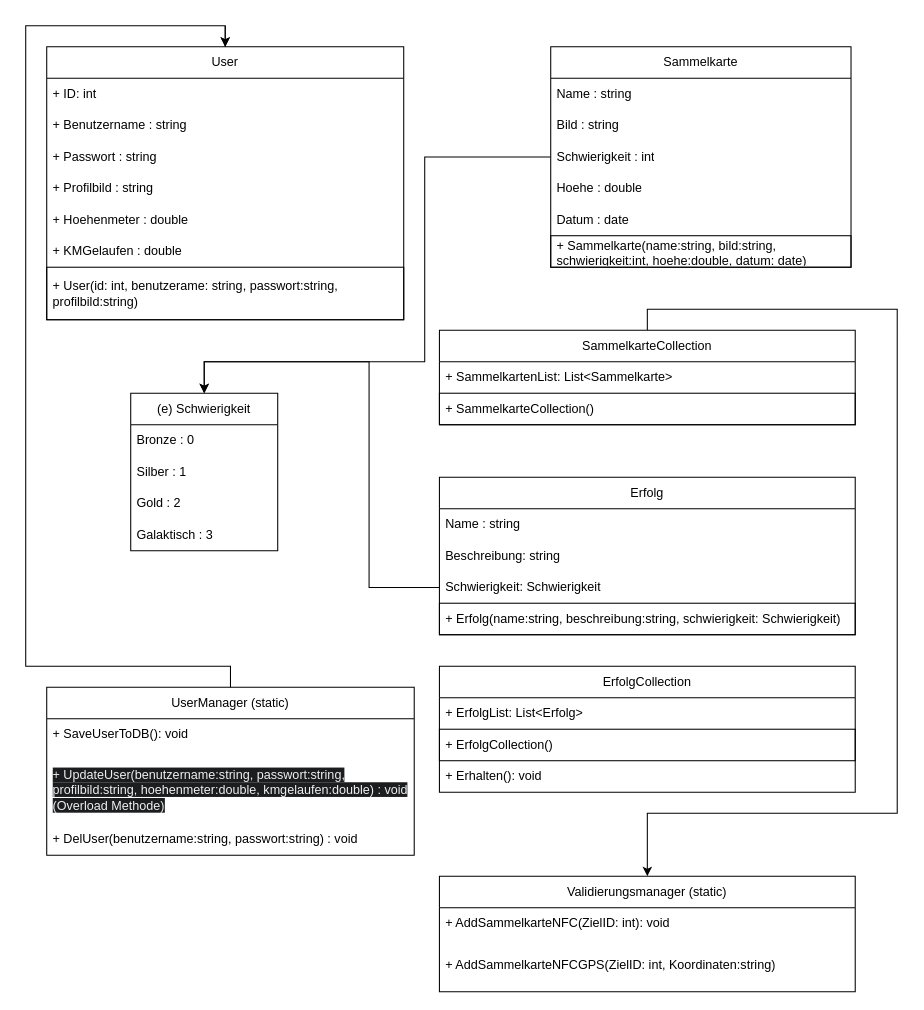
Before: doc/Klassendiagramm.drawio in BlJanosch/Hermes, a draw.io diagram. Source tidied: cells renumbered, new cells numbered last; positions are measured from the earlier drawing's top-left corner, leaving out a move shared by most shapes. Both pictures are drawn from the tidied source at 105%, with x=0, y=0 at pixel (25, 25).
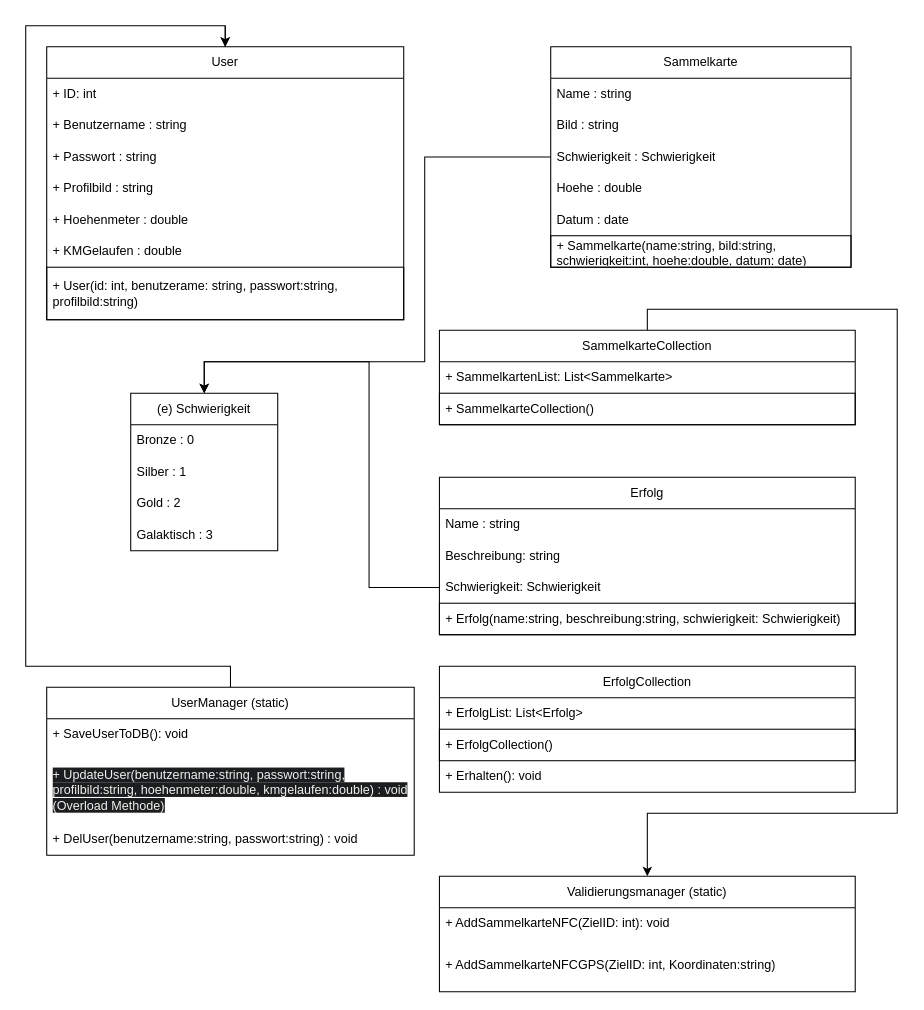
The same page after the edit.

The change refers to these unchanged cells:
```xml
<mxCell id="11" value="Sammelkarte" style="swimlane;fontStyle=0;horizontal=1;startSize=30;whiteSpace=wrap;html=1;" parent="1" vertex="1">
  <mxGeometry x="500" y="20" width="286" height="210" as="geometry" />
</mxCell>
```

The edit, as a diff of the source:
```diff
@@
-    <mxCell id="14" value="Schwierigkeit : int" style="text;strokeColor=none;fillColor=none;align=left;verticalAlign=middle;spacingLeft=4;spacingRight=4;overflow=hidden;points=[[0,0.5],[1,0.5]];portConstraint=eastwest;whiteSpace=wrap;html=1;" parent="11" vertex="1">
+    <mxCell id="14" value="Schwierigkeit : Schwierigkeit" style="text;strokeColor=none;fillColor=none;align=left;verticalAlign=middle;spacingLeft=4;spacingRight=4;overflow=hidden;points=[[0,0.5],[1,0.5]];portConstraint=eastwest;whiteSpace=wrap;html=1;" parent="11" vertex="1">
       <mxGeometry y="90" width="286" height="30" as="geometry" />
     </mxCell>
```
